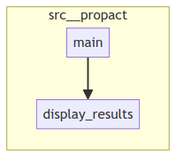
The Mermaid diagram project/calls.png in pactown-com/propact, before a commit. Its source is kept beside it as project/calls.mmd.
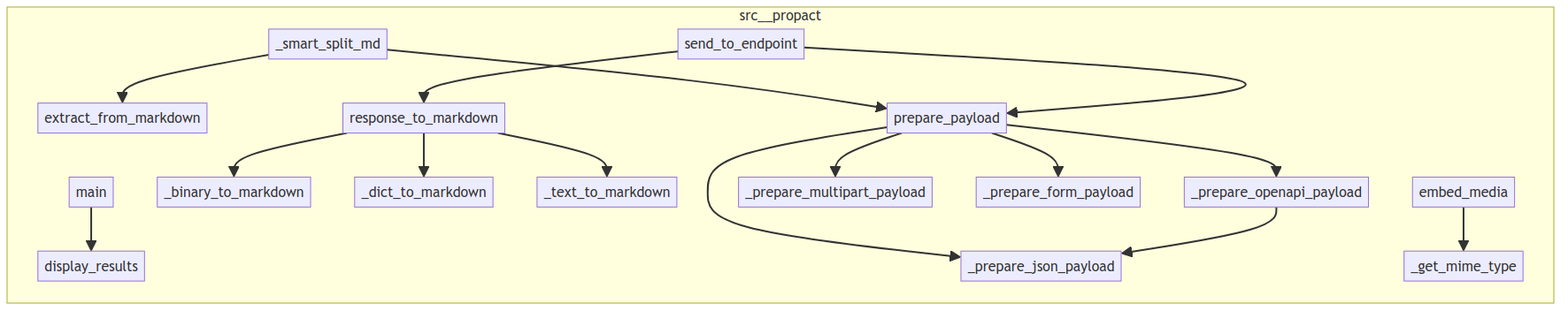
Above is the later version.

What changed in the source:
```diff
@@ -1,6 +1,33 @@
 flowchart LR
     subgraph src__propact
+        src__propact__enhanced__Propact__send_to_endpoint["send_to_endpoint"]
+        src__propact__converter__MDConverter___text_to_markdown["_text_to_markdown"]
+        src__propact__converter__MDConverter__extract_from_markdown["extract_from_markdown"]
+        src__propact__converter__MDConverter___prepare_form_payload["_prepare_form_payload"]
+        src__propact__converter__MDConverter___binary_to_markdown["_binary_to_markdown"]
+        src__propact__converter__MDConverter__response_to_markdown["response_to_markdown"]
+        src__propact__enhanced__Propact___smart_split_md["_smart_split_md"]
+        src__propact__cli__main["main"]
+        src__propact__converter__MDConverter___dict_to_markdown["_dict_to_markdown"]
+        src__propact__converter__MDConverter__prepare_payload["prepare_payload"]
+        src__propact__converter__MDConverter___prepare_openapi_payload["_prepare_openapi_payload"]
         src__propact__cli__display_results["display_results"]
-        src__propact__cli__main["main"]
+        src__propact__converter__MDConverter___prepare_multipart_payload["_prepare_multipart_payload"]
+        src__propact__converter__MDConverter___prepare_json_payload["_prepare_json_payload"]
+        src__propact__converter__MDConverter__embed_media["embed_media"]
+        src__propact__converter__MDConverter___get_mime_type["_get_mime_type"]
     end
     src__propact__cli__main --> src__propact__cli__display_results
+    src__propact__enhanced__Propact___smart_split_md --> src__propact__converter__MDConverter__extract_from_markdown
+    src__propact__enhanced__Propact___smart_split_md --> src__propact__converter__MDConverter__prepare_payload
+    src__propact__enhanced__Propact__send_to_endpoint --> src__propact__converter__MDConverter__prepare_payload
+    src__propact__enhanced__Propact__send_to_endpoint --> src__propact__converter__MDConverter__response_to_markdown
+    src__propact__converter__MDConverter__response_to_markdown --> src__propact__converter__MDConverter___binary_to_markdown
+    src__propact__converter__MDConverter__response_to_markdown --> src__propact__converter__MDConverter___dict_to_markdown
+    src__propact__converter__MDConverter__response_to_markdown --> src__propact__converter__MDConverter___text_to_markdown
+    src__propact__converter__MDConverter__prepare_payload --> src__propact__converter__MDConverter___prepare_openapi_payload
+    src__propact__converter__MDConverter__prepare_payload --> src__propact__converter__MDConverter___prepare_multipart_payload
+    src__propact__converter__MDConverter__prepare_payload --> src__propact__converter__MDConverter___prepare_json_payload
+    src__propact__converter__MDConverter__prepare_payload --> src__propact__converter__MDConverter___prepare_form_payload
+    src__propact__converter__MDConverter___prepare_openapi_payload --> src__propact__converter__MDConverter___prepare_json_payload
+    src__propact__converter__MDConverter__embed_media --> src__propact__converter__MDConverter___get_mime_type
```
